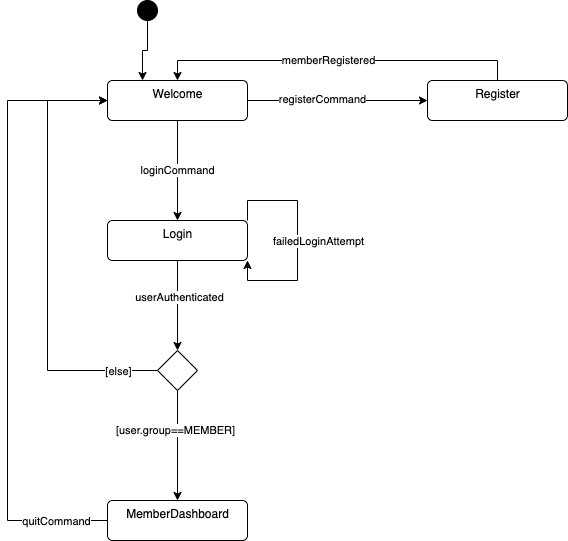
ArthurAtangana/club-management-system keeps this draw.io diagram as diagrams/state.png. Above is the earlier version. Source tidied: cells renumbered, new cells last; positions are measured from the earlier drawing's top-left corner, leaving out a move shared by most shapes. Source of this version:
```xml
<mxGraphModel>
  <root>
    <mxCell id="0" />
    <mxCell id="1" parent="0" />
    <mxCell id="2" style="edgeStyle=orthogonalEdgeStyle;rounded=0;jettySize=auto;html=1;exitX=1;exitY=0.5;exitDx=0;exitDy=0;entryX=0;entryY=0.5;entryDx=0;entryDy=0;" parent="1" edge="1" source="5" target="11">
      <mxGeometry relative="1" as="geometry" />
    </mxCell>
    <mxCell id="3" value="registerCommand" style="edgeLabel;html=1;align=center;verticalAlign=middle;" parent="2" vertex="1">
      <mxGeometry x="-0.18" y="2" relative="1" as="geometry" />
    </mxCell>
    <mxCell id="4" value="loginCommand" style="edgeStyle=orthogonalEdgeStyle;rounded=0;jettySize=auto;html=1;exitX=0.5;exitY=1;exitDx=0;exitDy=0;entryX=0.5;entryY=0;entryDx=0;entryDy=0;" parent="1" edge="1" source="5" target="8">
      <mxGeometry relative="1" as="geometry" />
    </mxCell>
    <mxCell id="5" value="Welcome" style="html=1;align=center;verticalAlign=top;rounded=1;absoluteArcSize=1;arcSize=10;dashed=0;" parent="1" vertex="1">
      <mxGeometry x="100" y="80" width="140" height="40" as="geometry" />
    </mxCell>
    <mxCell id="6" style="edgeStyle=orthogonalEdgeStyle;rounded=0;jettySize=auto;html=1;exitX=0.5;exitY=1;exitDx=0;exitDy=0;entryX=0.5;entryY=0;entryDx=0;entryDy=0;" parent="1" edge="1" source="8" target="19">
      <mxGeometry relative="1" as="geometry" />
    </mxCell>
    <mxCell id="7" value="userAuthenticated" style="edgeLabel;html=1;align=center;verticalAlign=middle;" parent="6" vertex="1">
      <mxGeometry x="-0.2" y="1" relative="1" as="geometry" />
    </mxCell>
    <mxCell id="8" value="Login" style="html=1;align=center;verticalAlign=top;rounded=1;absoluteArcSize=1;arcSize=10;dashed=0;" parent="1" vertex="1">
      <mxGeometry x="100" y="220" width="140" height="40" as="geometry" />
    </mxCell>
    <mxCell id="9" style="edgeStyle=orthogonalEdgeStyle;rounded=0;jettySize=auto;html=1;exitX=0.5;exitY=0;exitDx=0;exitDy=0;entryX=0.5;entryY=0;entryDx=0;entryDy=0;" parent="1" edge="1" source="11" target="5">
      <mxGeometry relative="1" as="geometry" />
    </mxCell>
    <mxCell id="10" value="memberRegistered" style="edgeLabel;html=1;align=center;verticalAlign=middle;" parent="9" vertex="1">
      <mxGeometry x="0.06" y="-1" relative="1" as="geometry" />
    </mxCell>
    <mxCell id="11" value="Register" style="html=1;align=center;verticalAlign=top;rounded=1;absoluteArcSize=1;arcSize=10;dashed=0;" parent="1" vertex="1">
      <mxGeometry x="420" y="80" width="140" height="40" as="geometry" />
    </mxCell>
    <mxCell id="12" style="edgeStyle=orthogonalEdgeStyle;rounded=0;jettySize=auto;html=1;exitX=0;exitY=0.5;exitDx=0;exitDy=0;entryX=0;entryY=0.5;entryDx=0;entryDy=0;" parent="1" edge="1" source="14" target="5">
      <mxGeometry relative="1" as="geometry">
        <Array as="points">
          <mxPoint y="520" />
          <mxPoint y="100" />
        </Array>
      </mxGeometry>
    </mxCell>
    <mxCell id="13" value="quitCommand" style="edgeLabel;html=1;align=center;verticalAlign=middle;" parent="12" vertex="1">
      <mxGeometry x="-0.79" relative="1" as="geometry">
        <mxPoint x="14" as="offset" />
      </mxGeometry>
    </mxCell>
    <mxCell id="14" value="MemberDashboard" style="html=1;align=center;verticalAlign=top;rounded=1;absoluteArcSize=1;arcSize=10;dashed=0;" parent="1" vertex="1">
      <mxGeometry x="100" y="500" width="140" height="40" as="geometry" />
    </mxCell>
    <mxCell id="15" style="edgeStyle=orthogonalEdgeStyle;rounded=0;jettySize=auto;html=1;exitX=0.5;exitY=1;exitDx=0;exitDy=0;entryX=0.5;entryY=0;entryDx=0;entryDy=0;" parent="1" edge="1" source="19" target="14">
      <mxGeometry relative="1" as="geometry" />
    </mxCell>
    <mxCell id="16" value="[user.group==MEMBER]" style="edgeLabel;html=1;align=center;verticalAlign=middle;" parent="15" vertex="1">
      <mxGeometry x="-0.3" y="-3" relative="1" as="geometry" />
    </mxCell>
    <mxCell id="17" style="edgeStyle=orthogonalEdgeStyle;rounded=0;jettySize=auto;html=1;exitX=0;exitY=0.5;exitDx=0;exitDy=0;entryX=0;entryY=0.5;entryDx=0;entryDy=0;" parent="1" edge="1" source="19" target="5">
      <mxGeometry relative="1" as="geometry">
        <Array as="points">
          <mxPoint x="40" y="370" />
          <mxPoint x="40" y="100" />
        </Array>
      </mxGeometry>
    </mxCell>
    <mxCell id="18" value="[else]" style="edgeLabel;html=1;align=center;verticalAlign=middle;" parent="17" vertex="1">
      <mxGeometry x="-0.82" relative="1" as="geometry" />
    </mxCell>
    <mxCell id="19" style="rhombus;whiteSpace=wrap;html=1;" parent="1" vertex="1">
      <mxGeometry x="150" y="350" width="40" height="40" as="geometry" />
    </mxCell>
    <mxCell id="20" style="edgeStyle=orthogonalEdgeStyle;rounded=0;orthogonalLoop=1;jettySize=auto;html=1;exitX=1;exitY=0;exitDx=0;exitDy=0;entryX=1;entryY=1;entryDx=0;entryDy=0;" parent="1" edge="1" source="8" target="8">
      <mxGeometry relative="1" as="geometry">
        <Array as="points">
          <mxPoint x="240" y="200" />
          <mxPoint x="290" y="200" />
          <mxPoint x="290" y="280" />
          <mxPoint x="240" y="280" />
        </Array>
      </mxGeometry>
    </mxCell>
    <mxCell id="21" value="failedLoginAttempt" style="edgeLabel;html=1;align=center;verticalAlign=middle;" parent="20" vertex="1">
      <mxGeometry x="0.01" relative="1" as="geometry">
        <mxPoint x="20" y="-1" as="offset" />
      </mxGeometry>
    </mxCell>
    <mxCell id="22" style="edgeStyle=orthogonalEdgeStyle;rounded=0;jettySize=auto;html=1;exitX=0.5;exitY=1;exitDx=0;exitDy=0;entryX=0.25;entryY=0;entryDx=0;entryDy=0;" parent="1" edge="1" source="23" target="5">
      <mxGeometry relative="1" as="geometry" />
    </mxCell>
    <mxCell id="23" style="shape=ellipse;html=1;fillColor=strokeColor;fontSize=18;fontColor=#ffffff;" parent="1" vertex="1">
      <mxGeometry x="130" width="20" height="20" as="geometry" />
    </mxCell>
  </root>
</mxGraphModel>
```
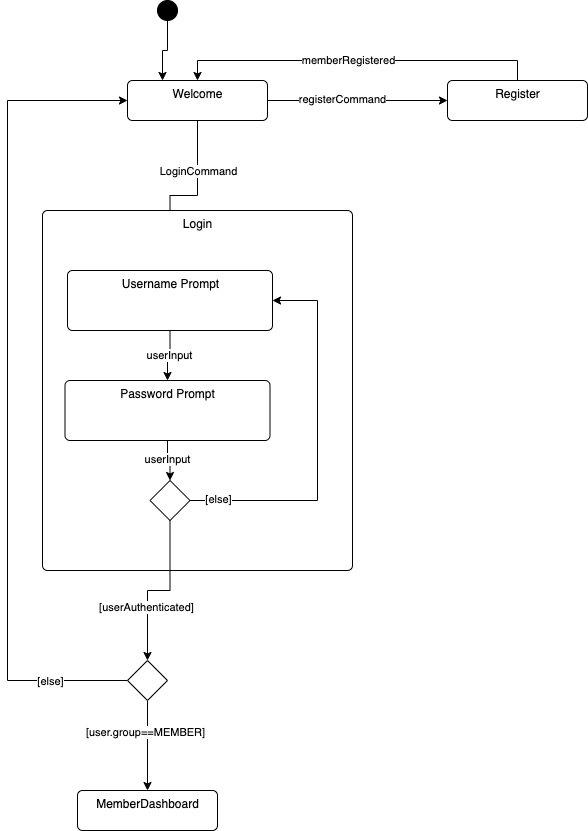
The same file after the commit.

Change to the diagram source:
```diff
@@ -8,20 +8,19 @@
     <mxCell id="3" value="registerCommand" style="edgeLabel;html=1;align=center;verticalAlign=middle;" parent="2" vertex="1">
       <mxGeometry x="-0.18" y="2" relative="1" as="geometry" />
     </mxCell>
-    <mxCell id="4" value="loginCommand" style="edgeStyle=orthogonalEdgeStyle;rounded=0;jettySize=auto;html=1;exitX=0.5;exitY=1;exitDx=0;exitDy=0;entryX=0.5;entryY=0;entryDx=0;entryDy=0;" parent="1" edge="1" source="5" target="8">
-      <mxGeometry relative="1" as="geometry" />
-    </mxCell>
+    <mxCell id="24" style="edgeStyle=orthogonalEdgeStyle;rounded=0;jettySize=auto;html=1;exitX=0.5;exitY=1;exitDx=0;exitDy=0;" parent="1" edge="1" source="5" target="29">
+      <mxGeometry relative="1" as="geometry" />
+    </mxCell>
+    <mxCell id="25" value="LoginCommand" style="edgeLabel;html=1;align=center;verticalAlign=middle;" parent="24" vertex="1">
+      <mxGeometry x="-0.35" y="-2" relative="1" as="geometry">
+        <mxPoint x="2" y="-8" as="offset" />
+      </mxGeometry>
+    </mxCell>
     <mxCell id="5" value="Welcome" style="html=1;align=center;verticalAlign=top;rounded=1;absoluteArcSize=1;arcSize=10;dashed=0;" parent="1" vertex="1">
-      <mxGeometry x="100" y="80" width="140" height="40" as="geometry" />
+      <mxGeometry x="150" y="40" width="140" height="40" as="geometry" />
     </mxCell>
-    <mxCell id="6" style="edgeStyle=orthogonalEdgeStyle;rounded=0;jettySize=auto;html=1;exitX=0.5;exitY=1;exitDx=0;exitDy=0;entryX=0.5;entryY=0;entryDx=0;entryDy=0;" parent="1" edge="1" source="8" target="19">
-      <mxGeometry relative="1" as="geometry" />
-    </mxCell>
-    <mxCell id="7" value="userAuthenticated" style="edgeLabel;html=1;align=center;verticalAlign=middle;" parent="6" vertex="1">
-      <mxGeometry x="-0.2" y="1" relative="1" as="geometry" />
-    </mxCell>
     <mxCell id="8" value="Login" style="html=1;align=center;verticalAlign=top;rounded=1;absoluteArcSize=1;arcSize=10;dashed=0;" parent="1" vertex="1">
-      <mxGeometry x="100" y="220" width="140" height="40" as="geometry" />
+      <mxGeometry x="65" y="170" width="310" height="360" as="geometry" />
     </mxCell>
     <mxCell id="9" style="edgeStyle=orthogonalEdgeStyle;rounded=0;jettySize=auto;html=1;exitX=0.5;exitY=0;exitDx=0;exitDy=0;entryX=0.5;entryY=0;entryDx=0;entryDy=0;" parent="1" edge="1" source="11" target="5">
       <mxGeometry relative="1" as="geometry" />
@@ -30,23 +29,10 @@
       <mxGeometry x="0.06" y="-1" relative="1" as="geometry" />
     </mxCell>
     <mxCell id="11" value="Register" style="html=1;align=center;verticalAlign=top;rounded=1;absoluteArcSize=1;arcSize=10;dashed=0;" parent="1" vertex="1">
-      <mxGeometry x="420" y="80" width="140" height="40" as="geometry" />
+      <mxGeometry x="470" y="40" width="140" height="40" as="geometry" />
     </mxCell>
-    <mxCell id="12" style="edgeStyle=orthogonalEdgeStyle;rounded=0;jettySize=auto;html=1;exitX=0;exitY=0.5;exitDx=0;exitDy=0;entryX=0;entryY=0.5;entryDx=0;entryDy=0;" parent="1" edge="1" source="14" target="5">
-      <mxGeometry relative="1" as="geometry">
-        <Array as="points">
-          <mxPoint y="520" />
-          <mxPoint y="100" />
-        </Array>
-      </mxGeometry>
-    </mxCell>
-    <mxCell id="13" value="quitCommand" style="edgeLabel;html=1;align=center;verticalAlign=middle;" parent="12" vertex="1">
-      <mxGeometry x="-0.79" relative="1" as="geometry">
-        <mxPoint x="14" as="offset" />
-      </mxGeometry>
-    </mxCell>
     <mxCell id="14" value="MemberDashboard" style="html=1;align=center;verticalAlign=top;rounded=1;absoluteArcSize=1;arcSize=10;dashed=0;" parent="1" vertex="1">
-      <mxGeometry x="100" y="500" width="140" height="40" as="geometry" />
+      <mxGeometry x="100" y="750" width="140" height="40" as="geometry" />
     </mxCell>
     <mxCell id="15" style="edgeStyle=orthogonalEdgeStyle;rounded=0;jettySize=auto;html=1;exitX=0.5;exitY=1;exitDx=0;exitDy=0;entryX=0.5;entryY=0;entryDx=0;entryDy=0;" parent="1" edge="1" source="19" target="14">
       <mxGeometry relative="1" as="geometry" />
@@ -57,37 +43,63 @@
     <mxCell id="17" style="edgeStyle=orthogonalEdgeStyle;rounded=0;jettySize=auto;html=1;exitX=0;exitY=0.5;exitDx=0;exitDy=0;entryX=0;entryY=0.5;entryDx=0;entryDy=0;" parent="1" edge="1" source="19" target="5">
       <mxGeometry relative="1" as="geometry">
         <Array as="points">
-          <mxPoint x="40" y="370" />
-          <mxPoint x="40" y="100" />
+          <mxPoint x="30" y="640" />
+          <mxPoint x="30" y="60" />
         </Array>
       </mxGeometry>
     </mxCell>
-    <mxCell id="18" value="[else]" style="edgeLabel;html=1;align=center;verticalAlign=middle;" parent="17" vertex="1">
-      <mxGeometry x="-0.82" relative="1" as="geometry" />
-    </mxCell>
+    <mxCell id="26" value="[else]" style="edgeLabel;html=1;align=center;verticalAlign=middle;" parent="17" vertex="1">
+      <mxGeometry x="-0.81" relative="1" as="geometry" />
+    </mxCell>
     <mxCell id="19" style="rhombus;whiteSpace=wrap;html=1;" parent="1" vertex="1">
-      <mxGeometry x="150" y="350" width="40" height="40" as="geometry" />
+      <mxGeometry x="150" y="620" width="40" height="40" as="geometry" />
     </mxCell>
-    <mxCell id="20" style="edgeStyle=orthogonalEdgeStyle;rounded=0;orthogonalLoop=1;jettySize=auto;html=1;exitX=1;exitY=0;exitDx=0;exitDy=0;entryX=1;entryY=1;entryDx=0;entryDy=0;" parent="1" edge="1" source="8" target="8">
-      <mxGeometry relative="1" as="geometry">
-        <Array as="points">
-          <mxPoint x="240" y="200" />
-          <mxPoint x="290" y="200" />
-          <mxPoint x="290" y="280" />
-          <mxPoint x="240" y="280" />
-        </Array>
-      </mxGeometry>
-    </mxCell>
-    <mxCell id="21" value="failedLoginAttempt" style="edgeLabel;html=1;align=center;verticalAlign=middle;" parent="20" vertex="1">
-      <mxGeometry x="0.01" relative="1" as="geometry">
-        <mxPoint x="20" y="-1" as="offset" />
-      </mxGeometry>
-    </mxCell>
     <mxCell id="22" style="edgeStyle=orthogonalEdgeStyle;rounded=0;jettySize=auto;html=1;exitX=0.5;exitY=1;exitDx=0;exitDy=0;entryX=0.25;entryY=0;entryDx=0;entryDy=0;" parent="1" edge="1" source="23" target="5">
       <mxGeometry relative="1" as="geometry" />
     </mxCell>
     <mxCell id="23" style="shape=ellipse;html=1;fillColor=strokeColor;fontSize=18;fontColor=#ffffff;" parent="1" vertex="1">
-      <mxGeometry x="130" width="20" height="20" as="geometry" />
+      <mxGeometry x="180" y="-40" width="20" height="20" as="geometry" />
     </mxCell>
+    <mxCell id="27" style="edgeStyle=orthogonalEdgeStyle;rounded=0;jettySize=auto;html=1;exitX=0.5;exitY=1;exitDx=0;exitDy=0;" parent="1" edge="1" source="29" target="32">
+      <mxGeometry relative="1" as="geometry" />
+    </mxCell>
+    <mxCell id="28" value="userInput" style="edgeLabel;html=1;align=center;verticalAlign=middle;" parent="27" vertex="1">
+      <mxGeometry x="-0.03" y="-1" relative="1" as="geometry">
+        <mxPoint x="-1" as="offset" />
+      </mxGeometry>
+    </mxCell>
+    <mxCell id="29" value="Username Prompt" style="html=1;align=center;verticalAlign=top;rounded=1;absoluteArcSize=1;arcSize=10;dashed=0;" parent="1" vertex="1">
+      <mxGeometry x="90" y="230" width="205" height="60" as="geometry" />
+    </mxCell>
+    <mxCell id="30" style="edgeStyle=orthogonalEdgeStyle;rounded=0;jettySize=auto;html=1;exitX=0.5;exitY=1;exitDx=0;exitDy=0;" parent="1" edge="1" source="32" target="37">
+      <mxGeometry relative="1" as="geometry" />
+    </mxCell>
+    <mxCell id="31" value="userInput" style="edgeLabel;html=1;align=center;verticalAlign=middle;" parent="30" vertex="1">
+      <mxGeometry x="-0.15" y="-1" relative="1" as="geometry" />
+    </mxCell>
+    <mxCell id="32" value="Password Prompt" style="html=1;align=center;verticalAlign=top;rounded=1;absoluteArcSize=1;arcSize=10;dashed=0;" parent="1" vertex="1">
+      <mxGeometry x="87.5" y="340" width="205" height="60" as="geometry" />
+    </mxCell>
+    <mxCell id="33" style="edgeStyle=orthogonalEdgeStyle;rounded=0;jettySize=auto;html=1;exitX=1;exitY=0.5;exitDx=0;exitDy=0;entryX=1;entryY=0.5;entryDx=0;entryDy=0;" parent="1" edge="1" source="37" target="29">
+      <mxGeometry relative="1" as="geometry">
+        <Array as="points">
+          <mxPoint x="340" y="460" />
+          <mxPoint x="340" y="260" />
+          <mxPoint x="295" y="260" />
+        </Array>
+      </mxGeometry>
+    </mxCell>
+    <mxCell id="34" value="[else]" style="edgeLabel;html=1;align=center;verticalAlign=middle;" parent="33" vertex="1">
+      <mxGeometry x="-0.85" y="2" relative="1" as="geometry" />
+    </mxCell>
+    <mxCell id="35" style="edgeStyle=orthogonalEdgeStyle;rounded=0;jettySize=auto;html=1;exitX=0.5;exitY=1;exitDx=0;exitDy=0;entryX=0.5;entryY=0;entryDx=0;entryDy=0;" parent="1" edge="1" source="37" target="19">
+      <mxGeometry relative="1" as="geometry" />
+    </mxCell>
+    <mxCell id="36" value="[userAuthenticated]" style="edgeLabel;html=1;align=center;verticalAlign=middle;" parent="35" vertex="1">
+      <mxGeometry x="0.34" y="-2" relative="1" as="geometry" />
+    </mxCell>
+    <mxCell id="37" style="rhombus;whiteSpace=wrap;html=1;" parent="1" vertex="1">
+      <mxGeometry x="172.5" y="440" width="40" height="40" as="geometry" />
+    </mxCell>
   </root>
 </mxGraphModel>
```
